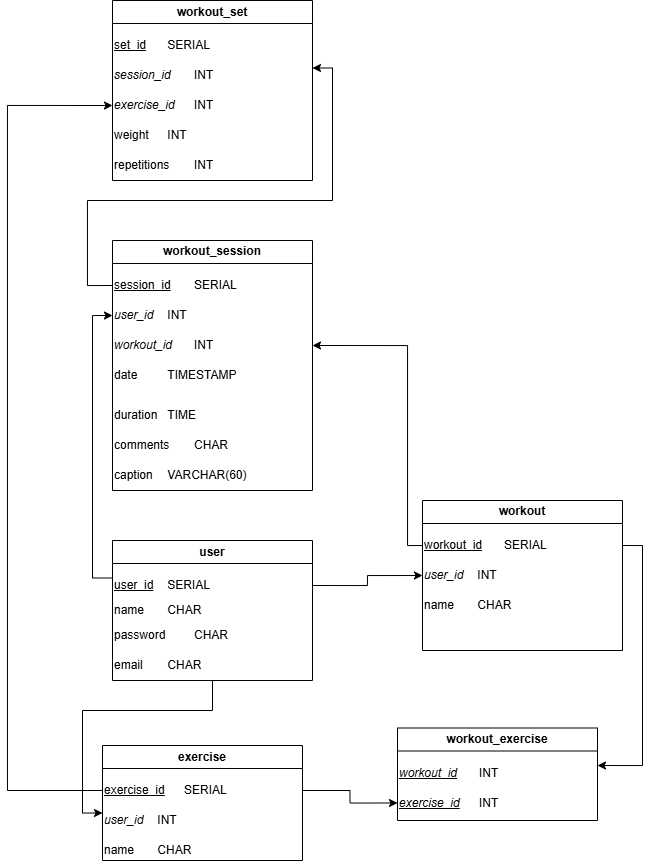
Before: docs/workout_dbschema.png, a diagram exported from draw.io (Zabuelis/LiftingPal). Source tidied: cells renumbered, new cells last; positions are measured from the earlier drawing's top-left corner, leaving out a move shared by most shapes. Its diagram source:
```xml
<mxGraphModel>
  <root>
    <mxCell id="0" />
    <mxCell id="1" parent="0" />
    <mxCell id="2" style="edgeStyle=orthogonalEdgeStyle;rounded=0;jettySize=auto;html=1;entryX=0;entryY=0.5;entryDx=0;entryDy=0;exitX=1;exitY=0.5;exitDx=0;exitDy=0;" parent="1" edge="1" source="5" target="12">
      <mxGeometry relative="1" as="geometry" />
    </mxCell>
    <mxCell id="3" style="edgeStyle=orthogonalEdgeStyle;rounded=0;jettySize=auto;html=1;entryX=0;entryY=0.5;entryDx=0;entryDy=0;exitX=0;exitY=0.25;exitDx=0;exitDy=0;" parent="1" edge="1" source="5" target="26">
      <mxGeometry relative="1" as="geometry" />
    </mxCell>
    <mxCell id="4" value="user" style="swimlane;whiteSpace=wrap;html=1;" parent="1" vertex="1">
      <mxGeometry x="105" y="540" width="200" height="140" as="geometry" />
    </mxCell>
    <mxCell id="5" value="&lt;u&gt;user_id&lt;/u&gt;&lt;span style=&quot;text-decoration-line: underline; white-space: pre;&quot;&gt;&#9;&lt;/span&gt;SERIAL" style="text;html=1;whiteSpace=wrap;strokeColor=none;fillColor=none;align=left;verticalAlign=middle;rounded=0;fontStyle=0;" parent="4" vertex="1">
      <mxGeometry y="30" width="200" height="30" as="geometry" />
    </mxCell>
    <mxCell id="6" value="name&lt;span style=&quot;white-space: pre;&quot;&gt;&#9;&lt;/span&gt;CHAR" style="text;html=1;whiteSpace=wrap;strokeColor=none;fillColor=none;align=left;verticalAlign=middle;rounded=0;fontStyle=0;" parent="4" vertex="1">
      <mxGeometry y="55" width="200" height="30" as="geometry" />
    </mxCell>
    <mxCell id="7" value="password&lt;span style=&quot;white-space: pre;&quot;&gt;&#9;&lt;/span&gt;&lt;span style=&quot;white-space: pre;&quot;&gt;&#9;&lt;/span&gt;CHAR" style="text;html=1;whiteSpace=wrap;strokeColor=none;fillColor=none;align=left;verticalAlign=middle;rounded=0;fontStyle=0;" parent="4" vertex="1">
      <mxGeometry y="80" width="200" height="30" as="geometry" />
    </mxCell>
    <mxCell id="8" value="email&lt;span style=&quot;white-space: pre;&quot;&gt;&#9;&lt;/span&gt;CHAR" style="text;html=1;whiteSpace=wrap;strokeColor=none;fillColor=none;align=left;verticalAlign=middle;rounded=0;fontStyle=0;" parent="4" vertex="1">
      <mxGeometry y="110" width="200" height="30" as="geometry" />
    </mxCell>
    <mxCell id="9" style="edgeStyle=orthogonalEdgeStyle;rounded=0;jettySize=auto;html=1;exitX=0;exitY=0.5;exitDx=0;exitDy=0;entryX=1;entryY=0.5;entryDx=0;entryDy=0;" parent="1" edge="1" source="11" target="21">
      <mxGeometry relative="1" as="geometry">
        <Array as="points">
          <mxPoint x="400" y="545" />
          <mxPoint x="400" y="345" />
        </Array>
      </mxGeometry>
    </mxCell>
    <mxCell id="10" value="workout" style="swimlane;whiteSpace=wrap;html=1;" parent="1" vertex="1">
      <mxGeometry x="415" y="500" width="200" height="150" as="geometry" />
    </mxCell>
    <mxCell id="11" value="&lt;u&gt;workout_id&lt;/u&gt;&lt;span style=&quot;white-space: pre;&quot;&gt;&#9;&lt;/span&gt;SERIAL" style="text;html=1;whiteSpace=wrap;strokeColor=none;fillColor=none;align=left;verticalAlign=middle;rounded=0;fontStyle=0;" parent="10" vertex="1">
      <mxGeometry y="30" width="200" height="30" as="geometry" />
    </mxCell>
    <mxCell id="12" value="&lt;i&gt;user_id&lt;/i&gt;&lt;span style=&quot;font-style: italic; white-space: pre;&quot;&gt;&#9;&lt;/span&gt;INT" style="text;html=1;whiteSpace=wrap;strokeColor=none;fillColor=none;align=left;verticalAlign=middle;rounded=0;fontStyle=0;" parent="10" vertex="1">
      <mxGeometry y="60" width="200" height="30" as="geometry" />
    </mxCell>
    <mxCell id="13" value="name&lt;span style=&quot;white-space: pre;&quot;&gt;&#9;&lt;/span&gt;CHAR" style="text;html=1;whiteSpace=wrap;strokeColor=none;fillColor=none;align=left;verticalAlign=middle;rounded=0;fontStyle=0;" parent="10" vertex="1">
      <mxGeometry y="90" width="200" height="30" as="geometry" />
    </mxCell>
    <mxCell id="14" value="exercise" style="swimlane;whiteSpace=wrap;html=1;" parent="1" vertex="1">
      <mxGeometry x="95" y="745" width="200" height="115" as="geometry" />
    </mxCell>
    <mxCell id="15" value="&lt;span&gt;&lt;u&gt;exercise_id&lt;/u&gt;&lt;span style=&quot;white-space: pre;&quot;&gt;&#9;&lt;/span&gt;SERIAL&lt;/span&gt;" style="text;html=1;whiteSpace=wrap;strokeColor=none;fillColor=none;align=left;verticalAlign=middle;rounded=0;fontStyle=0;" parent="14" vertex="1">
      <mxGeometry y="30" width="200" height="30" as="geometry" />
    </mxCell>
    <mxCell id="16" value="&lt;i&gt;user_id&lt;/i&gt;&lt;span style=&quot;font-style: italic; white-space: pre;&quot;&gt;&#9;&lt;/span&gt;INT" style="text;html=1;whiteSpace=wrap;strokeColor=none;fillColor=none;align=left;verticalAlign=middle;rounded=0;fontStyle=0;" parent="14" vertex="1">
      <mxGeometry y="60" width="200" height="30" as="geometry" />
    </mxCell>
    <mxCell id="17" value="name&lt;span style=&quot;white-space: pre;&quot;&gt;&#9;&lt;/span&gt;CHAR" style="text;html=1;whiteSpace=wrap;strokeColor=none;fillColor=none;align=left;verticalAlign=middle;rounded=0;fontStyle=0;" parent="14" vertex="1">
      <mxGeometry y="90" width="200" height="30" as="geometry" />
    </mxCell>
    <mxCell id="18" style="edgeStyle=orthogonalEdgeStyle;rounded=0;jettySize=auto;html=1;exitX=0;exitY=0.5;exitDx=0;exitDy=0;entryX=1;entryY=0.25;entryDx=0;entryDy=0;" parent="1" edge="1" source="20" target="29">
      <mxGeometry relative="1" as="geometry">
        <Array as="points">
          <mxPoint x="80" y="285" />
          <mxPoint x="80" y="200" />
          <mxPoint x="325" y="200" />
          <mxPoint x="325" y="68" />
        </Array>
      </mxGeometry>
    </mxCell>
    <mxCell id="19" value="workout_session" style="swimlane;whiteSpace=wrap;html=1;" parent="1" vertex="1">
      <mxGeometry x="105" y="240" width="200" height="250" as="geometry" />
    </mxCell>
    <mxCell id="20" value="&lt;u&gt;session_id&lt;/u&gt;&lt;span style=&quot;text-decoration-line: underline; white-space: pre;&quot;&gt;&#9;&lt;/span&gt;SERIAL" style="text;html=1;whiteSpace=wrap;strokeColor=none;fillColor=none;align=left;verticalAlign=middle;rounded=0;fontStyle=0;" parent="19" vertex="1">
      <mxGeometry y="30" width="200" height="30" as="geometry" />
    </mxCell>
    <mxCell id="21" value="&lt;i&gt;workout_id&lt;/i&gt;&lt;span style=&quot;font-style: italic; white-space: pre;&quot;&gt;&#9;&lt;/span&gt;INT" style="text;html=1;whiteSpace=wrap;strokeColor=none;fillColor=none;align=left;verticalAlign=middle;rounded=0;fontStyle=0;" parent="19" vertex="1">
      <mxGeometry y="90" width="200" height="30" as="geometry" />
    </mxCell>
    <mxCell id="22" value="date&lt;span style=&quot;white-space: pre;&quot;&gt;&#9;&lt;/span&gt;&lt;span style=&quot;white-space: pre;&quot;&gt;&#9;&lt;/span&gt;TIMESTAMP" style="text;html=1;whiteSpace=wrap;strokeColor=none;fillColor=none;align=left;verticalAlign=middle;rounded=0;fontStyle=0;" parent="19" vertex="1">
      <mxGeometry y="120" width="200" height="30" as="geometry" />
    </mxCell>
    <mxCell id="23" value="duration&lt;span style=&quot;white-space: pre;&quot;&gt;&#9;&lt;/span&gt;TIME" style="text;html=1;whiteSpace=wrap;strokeColor=none;fillColor=none;align=left;verticalAlign=middle;rounded=0;fontStyle=0;" parent="19" vertex="1">
      <mxGeometry y="160" width="200" height="30" as="geometry" />
    </mxCell>
    <mxCell id="24" value="comments&lt;span style=&quot;white-space: pre;&quot;&gt;&#9;&lt;/span&gt;CHAR" style="text;html=1;whiteSpace=wrap;strokeColor=none;fillColor=none;align=left;verticalAlign=middle;rounded=0;fontStyle=0;" parent="19" vertex="1">
      <mxGeometry y="190" width="200" height="30" as="geometry" />
    </mxCell>
    <mxCell id="25" value="caption&lt;span style=&quot;white-space: pre;&quot;&gt;&#9;&lt;/span&gt;VARCHAR(60)" style="text;html=1;whiteSpace=wrap;strokeColor=none;fillColor=none;align=left;verticalAlign=middle;rounded=0;fontStyle=0;" parent="19" vertex="1">
      <mxGeometry y="220" width="200" height="30" as="geometry" />
    </mxCell>
    <mxCell id="26" value="&lt;i&gt;user_id&lt;span style=&quot;white-space: pre;&quot;&gt;&#9;&lt;/span&gt;&lt;/i&gt;INT" style="text;html=1;whiteSpace=wrap;strokeColor=none;fillColor=none;align=left;verticalAlign=middle;rounded=0;fontStyle=0;" parent="19" vertex="1">
      <mxGeometry y="60" width="200" height="30" as="geometry" />
    </mxCell>
    <mxCell id="27" value="workout_set" style="swimlane;whiteSpace=wrap;html=1;" parent="1" vertex="1">
      <mxGeometry x="105" width="200" height="180" as="geometry" />
    </mxCell>
    <mxCell id="28" value="&lt;u&gt;set_id&lt;/u&gt;&lt;span style=&quot;white-space: pre;&quot;&gt;&#9;&lt;/span&gt;SERIAL" style="text;html=1;whiteSpace=wrap;strokeColor=none;fillColor=none;align=left;verticalAlign=middle;rounded=0;fontStyle=0;" parent="27" vertex="1">
      <mxGeometry y="30" width="200" height="30" as="geometry" />
    </mxCell>
    <mxCell id="29" value="&lt;i&gt;session_id&lt;/i&gt;&lt;span style=&quot;font-style: italic; white-space: pre;&quot;&gt;&#9;&lt;/span&gt;INT" style="text;html=1;whiteSpace=wrap;strokeColor=none;fillColor=none;align=left;verticalAlign=middle;rounded=0;fontStyle=0;" parent="27" vertex="1">
      <mxGeometry y="60" width="200" height="30" as="geometry" />
    </mxCell>
    <mxCell id="30" value="repetitions&lt;span style=&quot;white-space: pre;&quot;&gt;&#9;&lt;/span&gt;INT" style="text;html=1;whiteSpace=wrap;strokeColor=none;fillColor=none;align=left;verticalAlign=middle;rounded=0;fontStyle=0;" parent="27" vertex="1">
      <mxGeometry y="150" width="200" height="30" as="geometry" />
    </mxCell>
    <mxCell id="31" value="weight&lt;span style=&quot;white-space: pre;&quot;&gt;&#9;&lt;/span&gt;INT" style="text;html=1;whiteSpace=wrap;strokeColor=none;fillColor=none;align=left;verticalAlign=middle;rounded=0;fontStyle=0;" parent="27" vertex="1">
      <mxGeometry y="120" width="200" height="30" as="geometry" />
    </mxCell>
    <mxCell id="32" value="&lt;i&gt;exercise_id&lt;/i&gt;&lt;span style=&quot;font-style: italic; white-space: pre;&quot;&gt;&#9;&lt;/span&gt;INT" style="text;html=1;whiteSpace=wrap;strokeColor=none;fillColor=none;align=left;verticalAlign=middle;rounded=0;fontStyle=0;" parent="27" vertex="1">
      <mxGeometry y="90" width="200" height="30" as="geometry" />
    </mxCell>
    <mxCell id="33" style="edgeStyle=orthogonalEdgeStyle;rounded=0;jettySize=auto;html=1;exitX=0.5;exitY=1;exitDx=0;exitDy=0;entryX=0;entryY=0.25;entryDx=0;entryDy=0;" parent="1" edge="1" source="8" target="16">
      <mxGeometry relative="1" as="geometry">
        <Array as="points">
          <mxPoint x="205" y="710" />
          <mxPoint x="75" y="710" />
          <mxPoint x="75" y="813" />
        </Array>
      </mxGeometry>
    </mxCell>
    <mxCell id="34" style="edgeStyle=orthogonalEdgeStyle;rounded=0;jettySize=auto;html=1;entryX=0;entryY=0.5;entryDx=0;entryDy=0;exitX=0;exitY=0.5;exitDx=0;exitDy=0;" parent="1" edge="1" source="15" target="32">
      <mxGeometry relative="1" as="geometry">
        <Array as="points">
          <mxPoint y="790" />
          <mxPoint y="105" />
        </Array>
      </mxGeometry>
    </mxCell>
    <mxCell id="35" style="edgeStyle=orthogonalEdgeStyle;rounded=0;jettySize=auto;html=1;exitX=1;exitY=0.5;exitDx=0;exitDy=0;entryX=0;entryY=0.5;entryDx=0;entryDy=0;" parent="1" edge="1" source="15" target="38">
      <mxGeometry relative="1" as="geometry" />
    </mxCell>
    <mxCell id="36" value="workout_exercise" style="swimlane;whiteSpace=wrap;html=1;" parent="1" vertex="1">
      <mxGeometry x="390" y="727.5" width="200" height="92.5" as="geometry" />
    </mxCell>
    <mxCell id="37" value="&lt;u&gt;&lt;i&gt;workout_id&lt;/i&gt;&lt;/u&gt;&lt;span style=&quot;white-space: pre;&quot;&gt;&#9;&lt;/span&gt;INT" style="text;html=1;whiteSpace=wrap;strokeColor=none;fillColor=none;align=left;verticalAlign=middle;rounded=0;fontStyle=0;" parent="36" vertex="1">
      <mxGeometry y="30" width="200" height="30" as="geometry" />
    </mxCell>
    <mxCell id="38" value="&lt;i&gt;&lt;u&gt;exercise_id&lt;/u&gt;&lt;/i&gt;&lt;span style=&quot;font-style: italic; white-space: pre;&quot;&gt;&#9;&lt;/span&gt;INT" style="text;html=1;whiteSpace=wrap;strokeColor=none;fillColor=none;align=left;verticalAlign=middle;rounded=0;fontStyle=0;" parent="36" vertex="1">
      <mxGeometry y="60" width="200" height="30" as="geometry" />
    </mxCell>
    <mxCell id="39" style="edgeStyle=orthogonalEdgeStyle;rounded=0;jettySize=auto;html=1;exitX=1;exitY=0.5;exitDx=0;exitDy=0;entryX=1;entryY=0.25;entryDx=0;entryDy=0;" parent="1" edge="1" source="11" target="37">
      <mxGeometry relative="1" as="geometry" />
    </mxCell>
  </root>
</mxGraphModel>
```
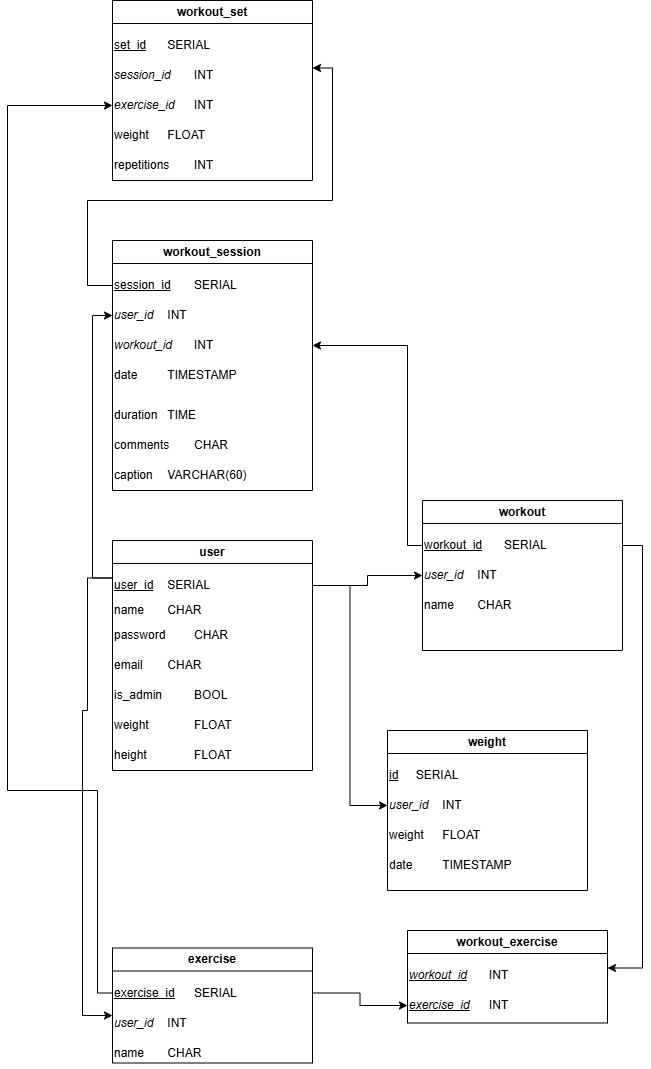
Above is the later version.

What changed in the source:
```diff
@@ -9,7 +9,7 @@
       <mxGeometry relative="1" as="geometry" />
     </mxCell>
     <mxCell id="4" value="user" style="swimlane;whiteSpace=wrap;html=1;" parent="1" vertex="1">
-      <mxGeometry x="105" y="540" width="200" height="140" as="geometry" />
+      <mxGeometry x="105" y="540" width="200" height="230" as="geometry" />
     </mxCell>
     <mxCell id="5" value="&lt;u&gt;user_id&lt;/u&gt;&lt;span style=&quot;text-decoration-line: underline; white-space: pre;&quot;&gt;&#9;&lt;/span&gt;SERIAL" style="text;html=1;whiteSpace=wrap;strokeColor=none;fillColor=none;align=left;verticalAlign=middle;rounded=0;fontStyle=0;" parent="4" vertex="1">
       <mxGeometry y="30" width="200" height="30" as="geometry" />
@@ -23,6 +23,15 @@
     <mxCell id="8" value="email&lt;span style=&quot;white-space: pre;&quot;&gt;&#9;&lt;/span&gt;CHAR" style="text;html=1;whiteSpace=wrap;strokeColor=none;fillColor=none;align=left;verticalAlign=middle;rounded=0;fontStyle=0;" parent="4" vertex="1">
       <mxGeometry y="110" width="200" height="30" as="geometry" />
     </mxCell>
+    <mxCell id="40" value="is_admin&lt;span style=&quot;white-space: pre;&quot;&gt;&#9;&lt;/span&gt;&lt;span style=&quot;white-space: pre;&quot;&gt;&#9;&lt;/span&gt;BOOL" style="text;html=1;whiteSpace=wrap;strokeColor=none;fillColor=none;align=left;verticalAlign=middle;rounded=0;fontStyle=0;" parent="4" vertex="1">
+      <mxGeometry y="140" width="200" height="30" as="geometry" />
+    </mxCell>
+    <mxCell id="41" value="weight&lt;span style=&quot;white-space: pre;&quot;&gt;&#9;&lt;/span&gt;&lt;span style=&quot;white-space: pre;&quot;&gt;&#9;&lt;/span&gt;FLOAT" style="text;html=1;whiteSpace=wrap;strokeColor=none;fillColor=none;align=left;verticalAlign=middle;rounded=0;fontStyle=0;" parent="4" vertex="1">
+      <mxGeometry y="170" width="200" height="30" as="geometry" />
+    </mxCell>
+    <mxCell id="42" value="height&lt;span style=&quot;white-space: pre;&quot;&gt;&#9;&lt;/span&gt;&lt;span style=&quot;white-space: pre;&quot;&gt;&#9;&lt;/span&gt;FLOAT" style="text;html=1;whiteSpace=wrap;strokeColor=none;fillColor=none;align=left;verticalAlign=middle;rounded=0;fontStyle=0;" parent="4" vertex="1">
+      <mxGeometry y="200" width="200" height="30" as="geometry" />
+    </mxCell>
     <mxCell id="9" style="edgeStyle=orthogonalEdgeStyle;rounded=0;jettySize=auto;html=1;exitX=0;exitY=0.5;exitDx=0;exitDy=0;entryX=1;entryY=0.5;entryDx=0;entryDy=0;" parent="1" edge="1" source="11" target="21">
       <mxGeometry relative="1" as="geometry">
         <Array as="points">
@@ -44,7 +53,7 @@
       <mxGeometry y="90" width="200" height="30" as="geometry" />
     </mxCell>
     <mxCell id="14" value="exercise" style="swimlane;whiteSpace=wrap;html=1;" parent="1" vertex="1">
-      <mxGeometry x="95" y="745" width="200" height="115" as="geometry" />
+      <mxGeometry x="105" y="947.5" width="200" height="115" as="geometry" />
     </mxCell>
     <mxCell id="15" value="&lt;span&gt;&lt;u&gt;exercise_id&lt;/u&gt;&lt;span style=&quot;white-space: pre;&quot;&gt;&#9;&lt;/span&gt;SERIAL&lt;/span&gt;" style="text;html=1;whiteSpace=wrap;strokeColor=none;fillColor=none;align=left;verticalAlign=middle;rounded=0;fontStyle=0;" parent="14" vertex="1">
       <mxGeometry y="30" width="200" height="30" as="geometry" />
@@ -101,24 +110,27 @@
     <mxCell id="30" value="repetitions&lt;span style=&quot;white-space: pre;&quot;&gt;&#9;&lt;/span&gt;INT" style="text;html=1;whiteSpace=wrap;strokeColor=none;fillColor=none;align=left;verticalAlign=middle;rounded=0;fontStyle=0;" parent="27" vertex="1">
       <mxGeometry y="150" width="200" height="30" as="geometry" />
     </mxCell>
-    <mxCell id="31" value="weight&lt;span style=&quot;white-space: pre;&quot;&gt;&#9;&lt;/span&gt;INT" style="text;html=1;whiteSpace=wrap;strokeColor=none;fillColor=none;align=left;verticalAlign=middle;rounded=0;fontStyle=0;" parent="27" vertex="1">
+    <mxCell id="31" value="weight&lt;span style=&quot;white-space: pre;&quot;&gt;&#9;&lt;/span&gt;FLOAT" style="text;html=1;whiteSpace=wrap;strokeColor=none;fillColor=none;align=left;verticalAlign=middle;rounded=0;fontStyle=0;" parent="27" vertex="1">
       <mxGeometry y="120" width="200" height="30" as="geometry" />
     </mxCell>
     <mxCell id="32" value="&lt;i&gt;exercise_id&lt;/i&gt;&lt;span style=&quot;font-style: italic; white-space: pre;&quot;&gt;&#9;&lt;/span&gt;INT" style="text;html=1;whiteSpace=wrap;strokeColor=none;fillColor=none;align=left;verticalAlign=middle;rounded=0;fontStyle=0;" parent="27" vertex="1">
       <mxGeometry y="90" width="200" height="30" as="geometry" />
     </mxCell>
-    <mxCell id="33" style="edgeStyle=orthogonalEdgeStyle;rounded=0;jettySize=auto;html=1;exitX=0.5;exitY=1;exitDx=0;exitDy=0;entryX=0;entryY=0.25;entryDx=0;entryDy=0;" parent="1" edge="1" source="8" target="16">
+    <mxCell id="33" style="edgeStyle=orthogonalEdgeStyle;rounded=0;jettySize=auto;html=1;exitX=0;exitY=0.25;exitDx=0;exitDy=0;entryX=0;entryY=0.25;entryDx=0;entryDy=0;" parent="1" edge="1" source="5" target="16">
       <mxGeometry relative="1" as="geometry">
         <Array as="points">
-          <mxPoint x="205" y="710" />
+          <mxPoint x="80" y="578" />
+          <mxPoint x="80" y="710" />
           <mxPoint x="75" y="710" />
-          <mxPoint x="75" y="813" />
+          <mxPoint x="75" y="1015" />
         </Array>
       </mxGeometry>
     </mxCell>
     <mxCell id="34" style="edgeStyle=orthogonalEdgeStyle;rounded=0;jettySize=auto;html=1;entryX=0;entryY=0.5;entryDx=0;entryDy=0;exitX=0;exitY=0.5;exitDx=0;exitDy=0;" parent="1" edge="1" source="15" target="32">
       <mxGeometry relative="1" as="geometry">
         <Array as="points">
+          <mxPoint x="90" y="992" />
+          <mxPoint x="90" y="790" />
           <mxPoint y="790" />
           <mxPoint y="105" />
         </Array>
@@ -128,7 +140,7 @@
       <mxGeometry relative="1" as="geometry" />
     </mxCell>
     <mxCell id="36" value="workout_exercise" style="swimlane;whiteSpace=wrap;html=1;" parent="1" vertex="1">
-      <mxGeometry x="390" y="727.5" width="200" height="92.5" as="geometry" />
+      <mxGeometry x="400" y="930" width="200" height="92.5" as="geometry" />
     </mxCell>
     <mxCell id="37" value="&lt;u&gt;&lt;i&gt;workout_id&lt;/i&gt;&lt;/u&gt;&lt;span style=&quot;white-space: pre;&quot;&gt;&#9;&lt;/span&gt;INT" style="text;html=1;whiteSpace=wrap;strokeColor=none;fillColor=none;align=left;verticalAlign=middle;rounded=0;fontStyle=0;" parent="36" vertex="1">
       <mxGeometry y="30" width="200" height="30" as="geometry" />
@@ -139,5 +151,23 @@
     <mxCell id="39" style="edgeStyle=orthogonalEdgeStyle;rounded=0;jettySize=auto;html=1;exitX=1;exitY=0.5;exitDx=0;exitDy=0;entryX=1;entryY=0.25;entryDx=0;entryDy=0;" parent="1" edge="1" source="11" target="37">
       <mxGeometry relative="1" as="geometry" />
     </mxCell>
+    <mxCell id="43" value="weight" style="swimlane;whiteSpace=wrap;html=1;" parent="1" vertex="1">
+      <mxGeometry x="380" y="730" width="200" height="160" as="geometry" />
+    </mxCell>
+    <mxCell id="44" value="&lt;u&gt;id&lt;/u&gt;&lt;span style=&quot;white-space: pre;&quot;&gt;&#9;&lt;/span&gt;SERIAL" style="text;html=1;whiteSpace=wrap;strokeColor=none;fillColor=none;align=left;verticalAlign=middle;rounded=0;fontStyle=0;" parent="43" vertex="1">
+      <mxGeometry y="30" width="200" height="30" as="geometry" />
+    </mxCell>
+    <mxCell id="45" value="&lt;i&gt;user_id&lt;/i&gt;&lt;span style=&quot;font-style: italic; white-space: pre;&quot;&gt;&#9;&lt;/span&gt;INT" style="text;html=1;whiteSpace=wrap;strokeColor=none;fillColor=none;align=left;verticalAlign=middle;rounded=0;fontStyle=0;" parent="43" vertex="1">
+      <mxGeometry y="60" width="200" height="30" as="geometry" />
+    </mxCell>
+    <mxCell id="46" value="weight&lt;span style=&quot;white-space: pre;&quot;&gt;&#9;&lt;/span&gt;FLOAT" style="text;html=1;whiteSpace=wrap;strokeColor=none;fillColor=none;align=left;verticalAlign=middle;rounded=0;fontStyle=0;" parent="43" vertex="1">
+      <mxGeometry y="90" width="200" height="30" as="geometry" />
+    </mxCell>
+    <mxCell id="47" value="date&lt;span style=&quot;white-space: pre;&quot;&gt;&#9;&lt;/span&gt;&lt;span style=&quot;white-space: pre;&quot;&gt;&#9;&lt;/span&gt;TIMESTAMP" style="text;html=1;whiteSpace=wrap;strokeColor=none;fillColor=none;align=left;verticalAlign=middle;rounded=0;fontStyle=0;" parent="43" vertex="1">
+      <mxGeometry y="120" width="200" height="30" as="geometry" />
+    </mxCell>
+    <mxCell id="48" style="edgeStyle=orthogonalEdgeStyle;rounded=0;jettySize=auto;html=1;exitX=1;exitY=0.5;exitDx=0;exitDy=0;entryX=0;entryY=0.5;entryDx=0;entryDy=0;" parent="1" edge="1" source="5" target="45">
+      <mxGeometry relative="1" as="geometry" />
+    </mxCell>
   </root>
 </mxGraphModel>
```
